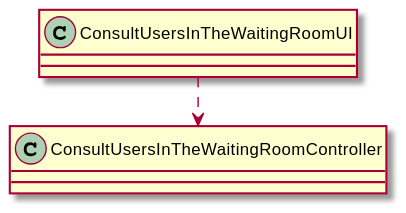
Earlier version of the PlantUML export docs/SprintC/US005/US005_CD.svg (Pirussa/lei-22-s2-1da-g02).
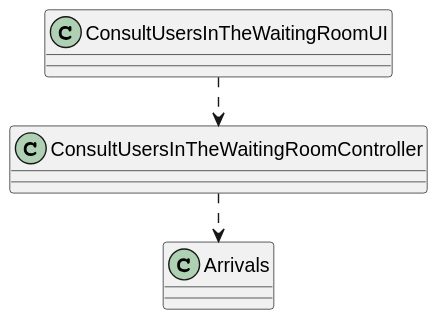
After the change.

Commit message:
US005 - Modularization - Adjustments on the class diagram, and small fixes on the documentation (Customer Specifications and Clarifications). US005 - Implementation - Javadoc on the UI method.

Change to the diagram source:
```diff
@@ -5,12 +5,14 @@
 
 class ConsultUsersInTheWaitingRoomUI
 
-class ConsultUsersInTheWaitingRoomController{
-}
+class ConsultUsersInTheWaitingRoomController
+
+class Arrivals
 
 
 left to right direction
 
 ConsultUsersInTheWaitingRoomUI .> ConsultUsersInTheWaitingRoomController
+ConsultUsersInTheWaitingRoomController .> Arrivals
 
 @enduml
```
